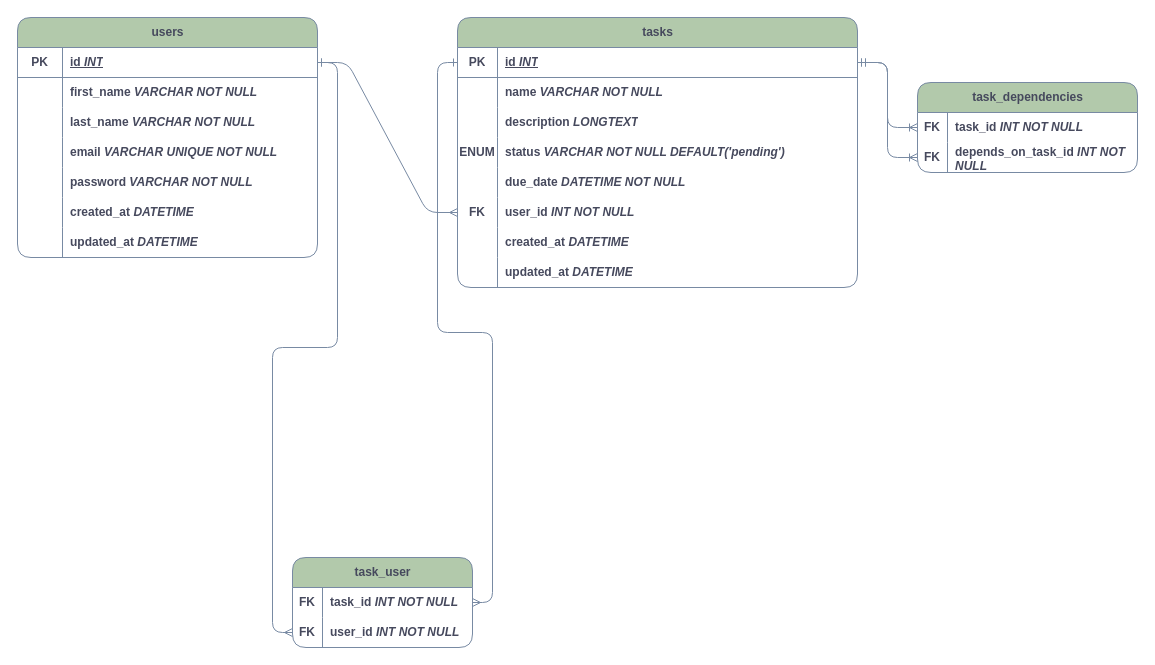
YoussefIbraheem/softxpert-app keeps this draw.io diagram as ERD.drawio. Above is the earlier version. Source tidied: cells renumbered, new cells numbered last; positions are measured from the earlier drawing's top-left corner, leaving out a move shared by most shapes. Both pictures are drawn from the tidied source at 100%, with x=0, y=0 at pixel (17, 17).
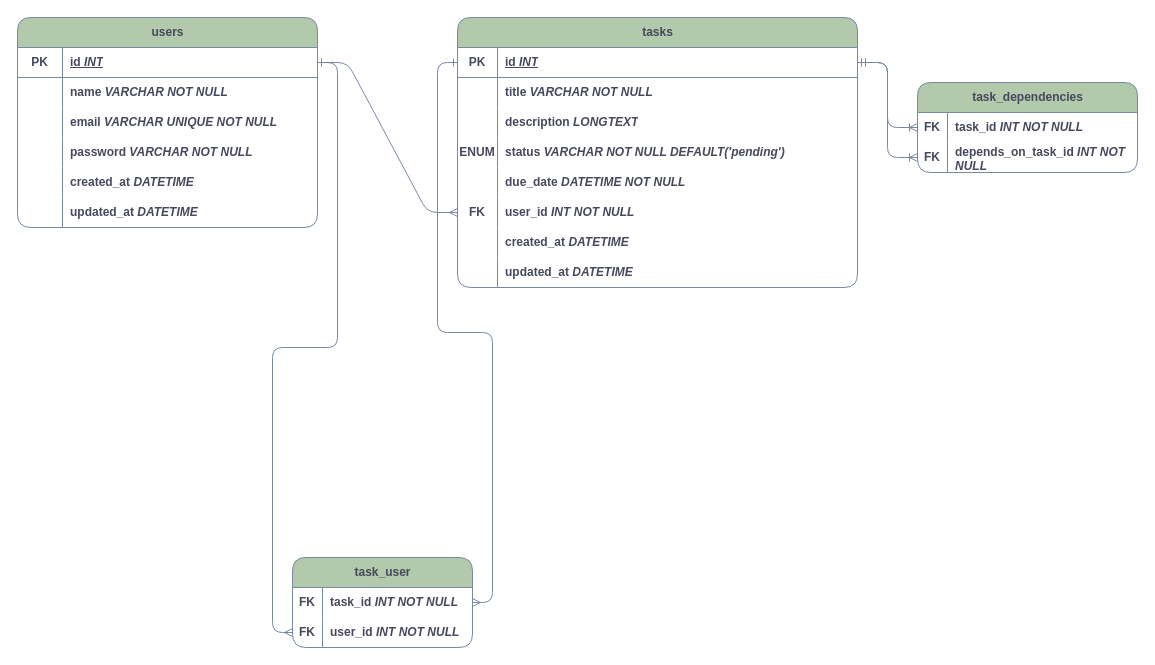
The same diagram, later.

Unchanged cells that the change refers to:
```xml
<mxCell id="28" style="shape=tableRow;horizontal=0;startSize=0;swimlaneHead=0;swimlaneBody=0;fillColor=none;top=0;left=0;right=0;bottom=0;labelBackgroundColor=none;strokeColor=#788AA3;fontColor=#46495D;rounded=1;" parent="24" vertex="1">
  <mxGeometry y="60" width="400" height="30" as="geometry" />
</mxCell>
```

What changed in the source:
```diff
@@
     <mxCell id="2" value="users" style="shape=table;startSize=30;childLayout=tableLayout;rowLines=0;fontStyle=1;align=center;html=1;fillColor=#B2C9AB;fontColor=#46495D;strokeColor=#788AA3;labelBackgroundColor=none;rounded=1;" parent="1" vertex="1">
-      <mxGeometry width="300" height="240" as="geometry" />
+      <mxGeometry width="300" height="210" as="geometry" />
     </mxCell>
@@
-    <mxCell id="6" style="shape=tableRow;horizontal=0;startSize=0;swimlaneHead=0;swimlaneBody=0;top=0;left=0;right=0;bottom=0;fillColor=none;labelBackgroundColor=none;strokeColor=#788AA3;fontColor=#46495D;rounded=1;" parent="2" vertex="1">
-      <mxGeometry y="60" width="300" height="30" as="geometry" />
-    </mxCell>
-    <mxCell id="7" style="shape=partialRectangle;top=0;left=0;bottom=0;right=0;overflow=hidden;whiteSpace=wrap;html=1;fillColor=none;labelBackgroundColor=none;strokeColor=#788AA3;fontColor=#46495D;rounded=1;" parent="6" vertex="1">
-      <mxGeometry width="45" height="30" as="geometry" />
-    </mxCell>
-    <mxCell id="8" value="&lt;b&gt;first_name &lt;i&gt;VARCHAR&amp;nbsp;&lt;/i&gt;&lt;/b&gt;&lt;b&gt;&lt;i&gt;NOT NULL&lt;/i&gt;&lt;/b&gt;" style="shape=partialRectangle;top=0;left=0;bottom=0;right=0;align=left;spacingLeft=6;overflow=hidden;whiteSpace=wrap;html=1;fillColor=none;labelBackgroundColor=none;strokeColor=#788AA3;fontColor=#46495D;rounded=1;" parent="6" vertex="1">
-      <mxGeometry x="45" width="255" height="30" as="geometry" />
-    </mxCell>
     <mxCell id="9" style="shape=tableRow;horizontal=0;startSize=0;swimlaneHead=0;swimlaneBody=0;top=0;left=0;right=0;bottom=0;fillColor=none;labelBackgroundColor=none;strokeColor=#788AA3;fontColor=#46495D;rounded=1;" parent="2" vertex="1">
-      <mxGeometry y="90" width="300" height="30" as="geometry" />
+      <mxGeometry y="60" width="300" height="30" as="geometry" />
     </mxCell>
@@
-    <mxCell id="11" value="&lt;b&gt;last_name &lt;i&gt;VARCHAR&amp;nbsp;&lt;/i&gt;&lt;/b&gt;&lt;b&gt;&lt;i&gt;NOT NULL&lt;/i&gt;&lt;/b&gt;" style="shape=partialRectangle;top=0;left=0;bottom=0;right=0;align=left;spacingLeft=6;overflow=hidden;whiteSpace=wrap;html=1;fillColor=none;labelBackgroundColor=none;strokeColor=#788AA3;fontColor=#46495D;rounded=1;" parent="9" vertex="1">
+    <mxCell id="11" value="&lt;b&gt;name &lt;i&gt;VARCHAR&amp;nbsp;&lt;/i&gt;&lt;/b&gt;&lt;b&gt;&lt;i&gt;NOT NULL&lt;/i&gt;&lt;/b&gt;" style="shape=partialRectangle;top=0;left=0;bottom=0;right=0;align=left;spacingLeft=6;overflow=hidden;whiteSpace=wrap;html=1;fillColor=none;labelBackgroundColor=none;strokeColor=#788AA3;fontColor=#46495D;rounded=1;" parent="9" vertex="1">
       <mxGeometry x="45" width="255" height="30" as="geometry" />
     </mxCell>
     <mxCell id="12" style="shape=tableRow;horizontal=0;startSize=0;swimlaneHead=0;swimlaneBody=0;top=0;left=0;right=0;bottom=0;fillColor=none;labelBackgroundColor=none;strokeColor=#788AA3;fontColor=#46495D;rounded=1;" parent="2" vertex="1">
-      <mxGeometry y="120" width="300" height="30" as="geometry" />
+      <mxGeometry y="90" width="300" height="30" as="geometry" />
     </mxCell>
@@
     <mxCell id="15" style="shape=tableRow;horizontal=0;startSize=0;swimlaneHead=0;swimlaneBody=0;top=0;left=0;right=0;bottom=0;fillColor=none;labelBackgroundColor=none;strokeColor=#788AA3;fontColor=#46495D;rounded=1;" parent="2" vertex="1">
-      <mxGeometry y="150" width="300" height="30" as="geometry" />
+      <mxGeometry y="120" width="300" height="30" as="geometry" />
     </mxCell>
@@
     <mxCell id="18" style="shape=tableRow;horizontal=0;startSize=0;swimlaneHead=0;swimlaneBody=0;top=0;left=0;right=0;bottom=0;fillColor=none;labelBackgroundColor=none;strokeColor=#788AA3;fontColor=#46495D;rounded=1;" parent="2" vertex="1">
-      <mxGeometry y="180" width="300" height="30" as="geometry" />
+      <mxGeometry y="150" width="300" height="30" as="geometry" />
     </mxCell>
@@
     <mxCell id="21" style="shape=tableRow;horizontal=0;startSize=0;swimlaneHead=0;swimlaneBody=0;top=0;left=0;right=0;bottom=0;fillColor=none;labelBackgroundColor=none;strokeColor=#788AA3;fontColor=#46495D;rounded=1;" parent="2" vertex="1">
-      <mxGeometry y="210" width="300" height="30" as="geometry" />
+      <mxGeometry y="180" width="300" height="30" as="geometry" />
     </mxCell>
@@
-    <mxCell id="30" value="&lt;b&gt;name &lt;i&gt;VARCHAR NOT NULL&lt;/i&gt;&lt;/b&gt;" style="shape=partialRectangle;fillColor=none;top=0;left=0;bottom=0;right=0;align=left;spacingLeft=6;overflow=hidden;whiteSpace=wrap;html=1;labelBackgroundColor=none;strokeColor=#788AA3;fontColor=#46495D;rounded=1;" parent="28" vertex="1">
+    <mxCell id="30" value="&lt;b&gt;title&amp;nbsp;&lt;i&gt;VARCHAR NOT NULL&lt;/i&gt;&lt;/b&gt;" style="shape=partialRectangle;fillColor=none;top=0;left=0;bottom=0;right=0;align=left;spacingLeft=6;overflow=hidden;whiteSpace=wrap;html=1;labelBackgroundColor=none;strokeColor=#788AA3;fontColor=#46495D;rounded=1;" parent="28" vertex="1">
       <mxGeometry x="40" width="360" height="30" as="geometry" />
     </mxCell>
```
